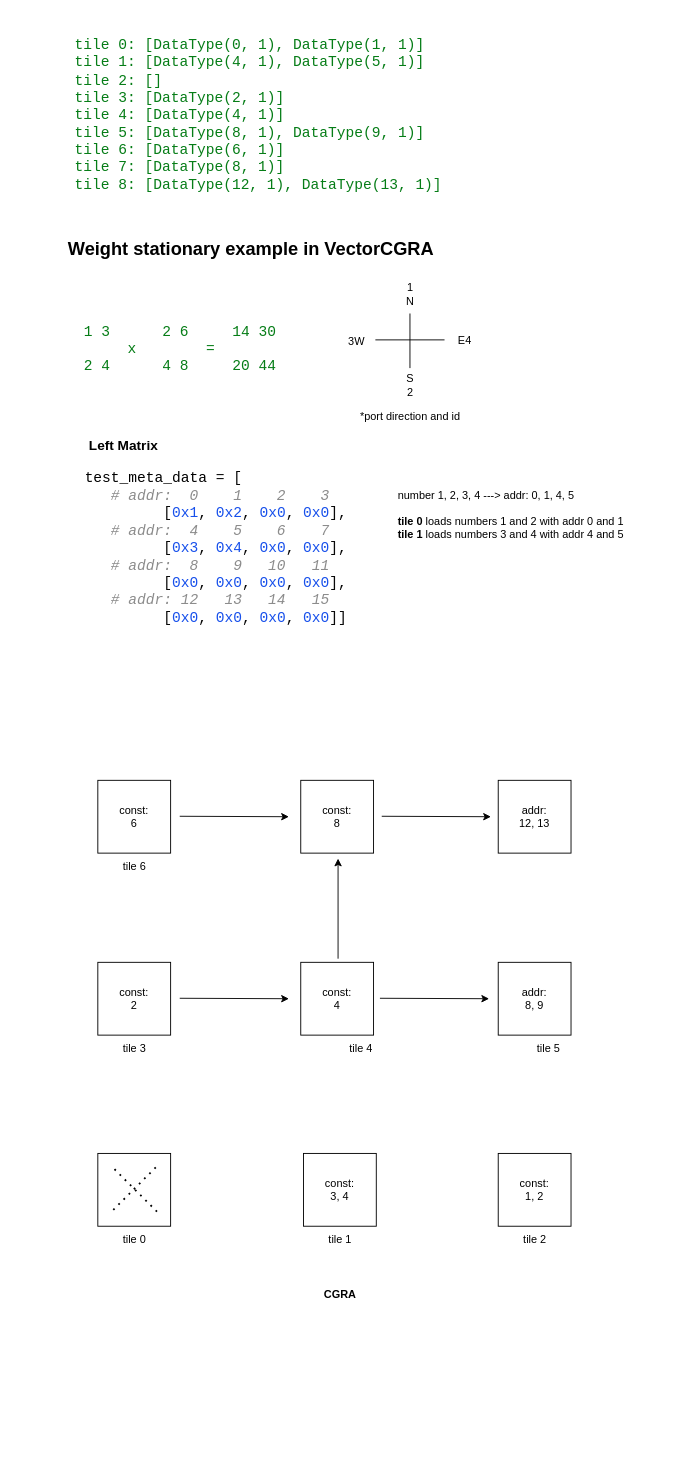
The draw.io diagram page "CgraRTL Weight stationary example in VectorCGRA" (6 of 8) of Untitled Diagram.drawio in yuqisun/notes, before the edit. Source tidied: cells renumbered, new cells numbered last; positions are measured from the earlier drawing's top-left corner, leaving out a move shared by most shapes. Both pictures are drawn from the tidied source at 91%, with x=0, y=0 at pixel (68, 15).
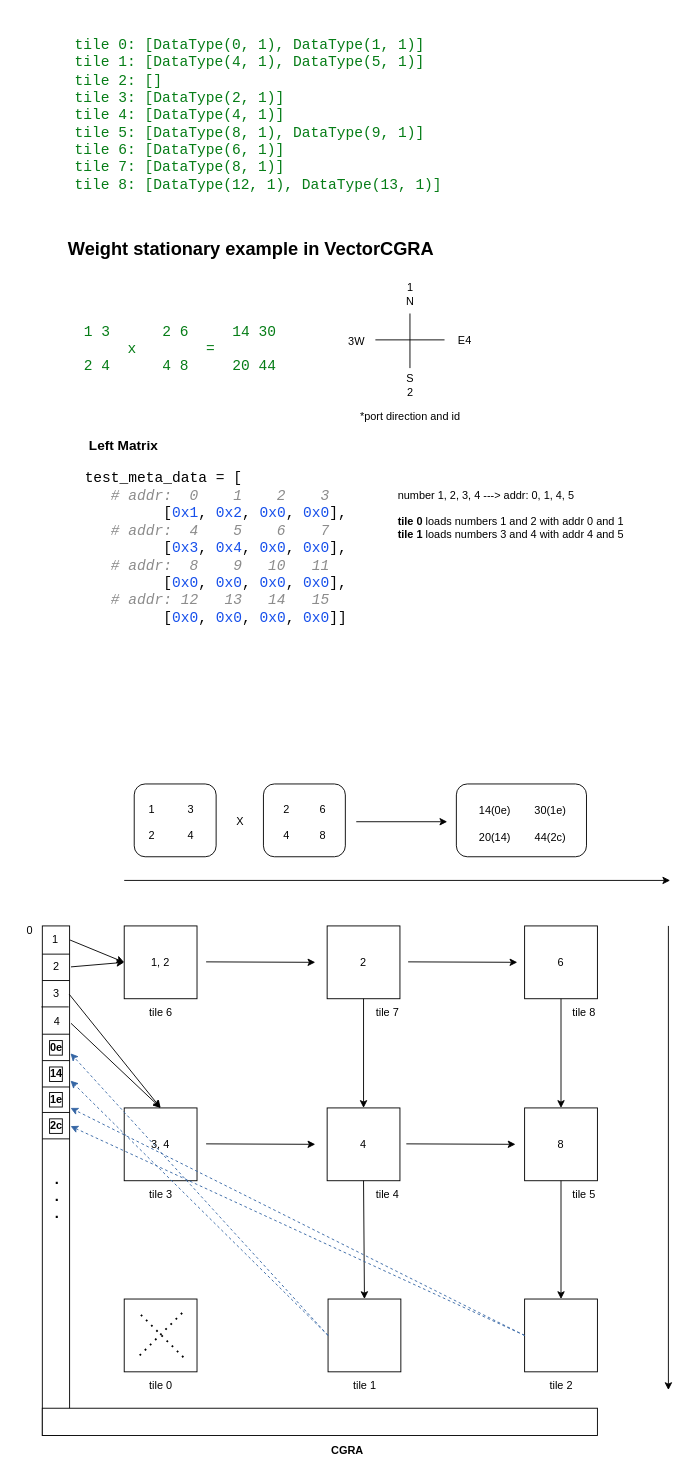
Above is the later version.

Diff of the diagram source:
```diff
@@
-    <mxCell id="15" value="const:&lt;br&gt;6" style="whiteSpace=wrap;html=1;" parent="1" vertex="1">
-      <mxGeometry x="32" y="840" width="80" height="80" as="geometry" />
+    <mxCell id="15" value="1, 2" style="whiteSpace=wrap;html=1;" parent="1" vertex="1">
+      <mxGeometry x="61" y="1000" width="80" height="80" as="geometry" />
     </mxCell>
-    <mxCell id="16" value="const:&lt;br&gt;8" style="whiteSpace=wrap;html=1;" parent="1" vertex="1">
-      <mxGeometry x="255" y="840" width="80" height="80" as="geometry" />
+    <mxCell id="16" value="2" style="whiteSpace=wrap;html=1;" parent="1" vertex="1">
+      <mxGeometry x="284" y="1000" width="80" height="80" as="geometry" />
     </mxCell>
-    <mxCell id="17" value="&lt;div&gt;&lt;font&gt;addr: &lt;br&gt;12, 13&lt;/font&gt;&lt;/div&gt;" style="whiteSpace=wrap;html=1;" parent="1" vertex="1">
-      <mxGeometry x="472" y="840" width="80" height="80" as="geometry" />
+    <mxCell id="17" value="6" style="whiteSpace=wrap;html=1;" parent="1" vertex="1">
+      <mxGeometry x="501" y="1000" width="80" height="80" as="geometry" />
     </mxCell>
-    <mxCell id="18" value="const:&lt;br&gt;2" style="whiteSpace=wrap;html=1;" parent="1" vertex="1">
-      <mxGeometry x="32" y="1040" width="80" height="80" as="geometry" />
+    <mxCell id="18" value="3, 4" style="whiteSpace=wrap;html=1;" parent="1" vertex="1">
+      <mxGeometry x="61" y="1200" width="80" height="80" as="geometry" />
     </mxCell>
-    <mxCell id="19" value="&lt;div&gt;const:&lt;/div&gt;&lt;div&gt;4&lt;/div&gt;" style="whiteSpace=wrap;html=1;" parent="1" vertex="1">
-      <mxGeometry x="255" y="1040" width="80" height="80" as="geometry" />
+    <mxCell id="19" value="4" style="whiteSpace=wrap;html=1;" parent="1" vertex="1">
+      <mxGeometry x="284" y="1200" width="80" height="80" as="geometry" />
     </mxCell>
-    <mxCell id="20" value="&lt;div&gt;&lt;font&gt;addr:&lt;br&gt; 8, 9&lt;/font&gt;&lt;/div&gt;" style="whiteSpace=wrap;html=1;" parent="1" vertex="1">
-      <mxGeometry x="472" y="1040" width="80" height="80" as="geometry" />
+    <mxCell id="20" value="8" style="whiteSpace=wrap;html=1;" parent="1" vertex="1">
+      <mxGeometry x="501" y="1200" width="80" height="80" as="geometry" />
     </mxCell>
-    <mxCell id="21" value="const:&lt;br&gt;1, 2" style="whiteSpace=wrap;html=1;" parent="1" vertex="1">
-      <mxGeometry x="472" y="1250" width="80" height="80" as="geometry" />
+    <mxCell id="21" style="whiteSpace=wrap;html=1;" parent="1" vertex="1">
+      <mxGeometry x="501" y="1410" width="80" height="80" as="geometry" />
     </mxCell>
-    <mxCell id="22" value="const:&lt;br&gt;3, 4" style="whiteSpace=wrap;html=1;" parent="1" vertex="1">
-      <mxGeometry x="258" y="1250" width="80" height="80" as="geometry" />
+    <mxCell id="22" style="whiteSpace=wrap;html=1;" parent="1" vertex="1">
+      <mxGeometry x="285" y="1410" width="80" height="80" as="geometry" />
     </mxCell>
     <mxCell id="23" style="whiteSpace=wrap;html=1;" parent="1" vertex="1">
-      <mxGeometry x="32" y="1250" width="80" height="80" as="geometry" />
+      <mxGeometry x="61" y="1410" width="80" height="80" as="geometry" />
     </mxCell>
     <mxCell id="24" style="endArrow=none;dashed=1;html=1;dashPattern=1 3;strokeWidth=2;rounded=0;" parent="1" edge="1">
       <mxGeometry relative="1" as="geometry">
-        <mxPoint x="49" y="1312" as="sourcePoint" />
-        <mxPoint x="99" y="1262" as="targetPoint" />
+        <mxPoint x="78" y="1472" as="sourcePoint" />
+        <mxPoint x="128" y="1422" as="targetPoint" />
       </mxGeometry>
     </mxCell>
     <mxCell id="25" style="endArrow=none;dashed=1;html=1;dashPattern=1 3;strokeWidth=2;rounded=0;entryX=0.213;entryY=0.25;entryDx=0;entryDy=0;entryPerimeter=0;" parent="1" edge="1">
       <mxGeometry relative="1" as="geometry">
-        <mxPoint x="97" y="1314" as="sourcePoint" />
-        <mxPoint x="47" y="1264" as="targetPoint" />
+        <mxPoint x="126" y="1474" as="sourcePoint" />
+        <mxPoint x="76" y="1424" as="targetPoint" />
       </mxGeometry>
     </mxCell>
     <mxCell id="26" style="edgeStyle=none;orthogonalLoop=1;jettySize=auto;html=1;rounded=0;" parent="1" edge="1">
       <mxGeometry relative="1" as="geometry">
-        <mxPoint x="122" y="1079.5" as="sourcePoint" />
-        <mxPoint x="242" y="1080" as="targetPoint" />
+        <mxPoint x="151" y="1239.5" as="sourcePoint" />
+        <mxPoint x="271" y="1240" as="targetPoint" />
       </mxGeometry>
     </mxCell>
     <mxCell id="27" style="edgeStyle=none;orthogonalLoop=1;jettySize=auto;html=1;rounded=0;" parent="1" edge="1">
       <mxGeometry relative="1" as="geometry">
-        <mxPoint x="342" y="1079.5" as="sourcePoint" />
-        <mxPoint x="462" y="1080" as="targetPoint" />
+        <mxPoint x="371" y="1239.5" as="sourcePoint" />
+        <mxPoint x="491" y="1240" as="targetPoint" />
       </mxGeometry>
     </mxCell>
-    <mxCell id="28" style="edgeStyle=none;orthogonalLoop=1;jettySize=auto;html=1;rounded=0;" parent="1" edge="1">
-      <mxGeometry relative="1" as="geometry">
-        <mxPoint x="296" y="1036" as="sourcePoint" />
-        <mxPoint x="296" y="926" as="targetPoint" />
-      </mxGeometry>
-    </mxCell>
     <mxCell id="29" style="edgeStyle=none;orthogonalLoop=1;jettySize=auto;html=1;rounded=0;" parent="1" edge="1">
       <mxGeometry relative="1" as="geometry">
-        <mxPoint x="122" y="879.5" as="sourcePoint" />
-        <mxPoint x="242" y="880" as="targetPoint" />
+        <mxPoint x="151" y="1039.5" as="sourcePoint" />
+        <mxPoint x="271" y="1040" as="targetPoint" />
       </mxGeometry>
     </mxCell>
     <mxCell id="30" style="edgeStyle=none;orthogonalLoop=1;jettySize=auto;html=1;rounded=0;" parent="1" edge="1">
       <mxGeometry relative="1" as="geometry">
-        <mxPoint x="344" y="879.5" as="sourcePoint" />
-        <mxPoint x="464" y="880" as="targetPoint" />
+        <mxPoint x="373" y="1039.5" as="sourcePoint" />
+        <mxPoint x="493" y="1040" as="targetPoint" />
       </mxGeometry>
     </mxCell>
     <mxCell id="31" value="CGRA" style="text;html=1;align=center;verticalAlign=middle;strokeColor=none;fillColor=none;fontStyle=1;" parent="1" vertex="1">
-      <mxGeometry x="268" y="1390" width="60" height="30" as="geometry" />
+      <mxGeometry x="276" y="1562" width="60" height="30" as="geometry" />
     </mxCell>
     <mxCell id="32" value="tile 6" style="text;html=1;align=center;verticalAlign=middle;strokeColor=none;fillColor=none;" parent="1" vertex="1">
-      <mxGeometry x="47" y="920" width="50" height="30" as="geometry" />
+      <mxGeometry x="76" y="1080" width="50" height="30" as="geometry" />
     </mxCell>
     <mxCell id="33" value="tile 3" style="text;html=1;align=center;verticalAlign=middle;strokeColor=none;fillColor=none;" parent="1" vertex="1">
-      <mxGeometry x="47" y="1120" width="50" height="30" as="geometry" />
+      <mxGeometry x="76" y="1280" width="50" height="30" as="geometry" />
     </mxCell>
     <mxCell id="34" value="tile 0" style="text;html=1;align=center;verticalAlign=middle;strokeColor=none;fillColor=none;" parent="1" vertex="1">
-      <mxGeometry x="47" y="1330" width="50" height="30" as="geometry" />
+      <mxGeometry x="76" y="1490" width="50" height="30" as="geometry" />
     </mxCell>
     <mxCell id="35" value="tile 1" style="text;html=1;align=center;verticalAlign=middle;strokeColor=none;fillColor=none;" parent="1" vertex="1">
-      <mxGeometry x="273" y="1330" width="50" height="30" as="geometry" />
+      <mxGeometry x="300" y="1490" width="50" height="30" as="geometry" />
     </mxCell>
     <mxCell id="36" value="tile 2" style="text;html=1;align=center;verticalAlign=middle;strokeColor=none;fillColor=none;" parent="1" vertex="1">
-      <mxGeometry x="487" y="1330" width="50" height="30" as="geometry" />
+      <mxGeometry x="516" y="1490" width="50" height="30" as="geometry" />
     </mxCell>
     <mxCell id="37" value="tile 4" style="text;html=1;align=center;verticalAlign=middle;strokeColor=none;fillColor=none;" parent="1" vertex="1">
-      <mxGeometry x="296" y="1120" width="50" height="30" as="geometry" />
+      <mxGeometry x="325" y="1280" width="50" height="30" as="geometry" />
     </mxCell>
     <mxCell id="38" value="tile 5" style="text;html=1;align=center;verticalAlign=middle;strokeColor=none;fillColor=none;" parent="1" vertex="1">
-      <mxGeometry x="502" y="1120" width="50" height="30" as="geometry" />
+      <mxGeometry x="541" y="1280" width="50" height="30" as="geometry" />
     </mxCell>
+    <mxCell id="39" style="rounded=0;whiteSpace=wrap;html=1;strokeColor=default;" parent="1" vertex="1">
+      <mxGeometry x="-29" y="1000" width="30" height="560" as="geometry" />
+    </mxCell>
+    <mxCell id="40" style="whiteSpace=wrap;html=1;" parent="1" vertex="1">
+      <mxGeometry x="-29" y="1530" width="610" height="30" as="geometry" />
+    </mxCell>
+    <mxCell id="41" style="edgeStyle=none;orthogonalLoop=1;jettySize=auto;html=1;rounded=0;" parent="1" edge="1">
+      <mxGeometry relative="1" as="geometry">
+        <mxPoint x="61" y="950" as="sourcePoint" />
+        <mxPoint x="661" y="950" as="targetPoint" />
+      </mxGeometry>
+    </mxCell>
+    <mxCell id="42" style="edgeStyle=none;orthogonalLoop=1;jettySize=auto;html=1;rounded=0;" parent="1" edge="1">
+      <mxGeometry relative="1" as="geometry">
+        <mxPoint x="659" y="1000" as="sourcePoint" />
+        <mxPoint x="659" y="1510" as="targetPoint" />
+      </mxGeometry>
+    </mxCell>
+    <mxCell id="43" style="rounded=1;whiteSpace=wrap;html=1;" parent="1" vertex="1">
+      <mxGeometry x="72" y="844" width="90" height="80" as="geometry" />
+    </mxCell>
+    <mxCell id="44" value="1&lt;div&gt;&lt;br&gt;&lt;/div&gt;&lt;div&gt;2&lt;/div&gt;" style="text;html=1;align=center;verticalAlign=middle;strokeColor=none;fillColor=none;" parent="1" vertex="1">
+      <mxGeometry x="76" y="856" width="30" height="60" as="geometry" />
+    </mxCell>
+    <mxCell id="45" value="3&lt;div&gt;&lt;br&gt;&lt;/div&gt;&lt;div&gt;4&lt;/div&gt;" style="text;html=1;align=center;verticalAlign=middle;strokeColor=none;fillColor=none;" parent="1" vertex="1">
+      <mxGeometry x="119" y="856" width="30" height="60" as="geometry" />
+    </mxCell>
+    <mxCell id="46" style="rounded=1;whiteSpace=wrap;html=1;" parent="1" vertex="1">
+      <mxGeometry x="214" y="844" width="90" height="80" as="geometry" />
+    </mxCell>
+    <mxCell id="47" value="2&lt;div&gt;&lt;br&gt;&lt;/div&gt;&lt;div&gt;4&lt;/div&gt;" style="text;html=1;align=center;verticalAlign=middle;strokeColor=none;fillColor=none;" parent="1" vertex="1">
+      <mxGeometry x="224" y="856" width="30" height="60" as="geometry" />
+    </mxCell>
+    <mxCell id="48" value="6&lt;div&gt;&lt;br&gt;&lt;/div&gt;&lt;div&gt;8&lt;/div&gt;" style="text;html=1;align=center;verticalAlign=middle;strokeColor=none;fillColor=none;" parent="1" vertex="1">
+      <mxGeometry x="264" y="856" width="30" height="60" as="geometry" />
+    </mxCell>
+    <mxCell id="49" value="X" style="text;html=1;align=center;verticalAlign=middle;strokeColor=none;fillColor=none;" parent="1" vertex="1">
+      <mxGeometry x="173" y="871" width="30" height="30" as="geometry" />
+    </mxCell>
+    <mxCell id="50" style="edgeStyle=none;orthogonalLoop=1;jettySize=auto;html=1;rounded=0;" parent="1" edge="1">
+      <mxGeometry relative="1" as="geometry">
+        <mxPoint x="316" y="885.5" as="sourcePoint" />
+        <mxPoint x="416" y="885.5" as="targetPoint" />
+      </mxGeometry>
+    </mxCell>
+    <mxCell id="51" style="rounded=1;whiteSpace=wrap;html=1;" parent="1" vertex="1">
+      <mxGeometry x="426" y="844" width="143" height="80" as="geometry" />
+    </mxCell>
+    <mxCell id="52" value="14(0e)&lt;div&gt;&lt;br&gt;&lt;/div&gt;&lt;div&gt;20(14)&lt;/div&gt;" style="text;html=1;align=center;verticalAlign=middle;strokeColor=none;fillColor=none;" parent="1" vertex="1">
+      <mxGeometry x="438" y="858" width="60" height="60" as="geometry" />
+    </mxCell>
+    <mxCell id="53" value="30(1e)&lt;div&gt;&lt;br&gt;&lt;/div&gt;&lt;div&gt;44(2c)&lt;/div&gt;" style="text;html=1;align=center;verticalAlign=middle;strokeColor=none;fillColor=none;" parent="1" vertex="1">
+      <mxGeometry x="499" y="858" width="60" height="60" as="geometry" />
+    </mxCell>
+    <mxCell id="54" style="endArrow=none;html=1;rounded=0;" parent="1" edge="1">
+      <mxGeometry relative="1" as="geometry">
+        <mxPoint x="-29" y="1031" as="sourcePoint" />
+        <mxPoint x="1" y="1031" as="targetPoint" />
+      </mxGeometry>
+    </mxCell>
+    <mxCell id="55" style="endArrow=none;html=1;rounded=0;" parent="1" edge="1">
+      <mxGeometry relative="1" as="geometry">
+        <mxPoint x="-29" y="1060" as="sourcePoint" />
+        <mxPoint x="1" y="1060" as="targetPoint" />
+      </mxGeometry>
+    </mxCell>
+    <mxCell id="56" style="endArrow=none;html=1;rounded=0;" parent="1" edge="1">
+      <mxGeometry relative="1" as="geometry">
+        <mxPoint x="-30" y="1089" as="sourcePoint" />
+        <mxPoint y="1089" as="targetPoint" />
+      </mxGeometry>
+    </mxCell>
+    <mxCell id="57" style="endArrow=none;html=1;rounded=0;" parent="1" edge="1">
+      <mxGeometry relative="1" as="geometry">
+        <mxPoint x="-29" y="1119" as="sourcePoint" />
+        <mxPoint x="1" y="1119" as="targetPoint" />
+      </mxGeometry>
+    </mxCell>
+    <mxCell id="58" style="endArrow=none;html=1;rounded=0;" parent="1" edge="1">
+      <mxGeometry relative="1" as="geometry">
+        <mxPoint x="-29" y="1148" as="sourcePoint" />
+        <mxPoint x="1" y="1148" as="targetPoint" />
+      </mxGeometry>
+    </mxCell>
+    <mxCell id="59" style="endArrow=none;html=1;rounded=0;" parent="1" edge="1">
+      <mxGeometry relative="1" as="geometry">
+        <mxPoint x="-29" y="1177" as="sourcePoint" />
+        <mxPoint x="1" y="1177" as="targetPoint" />
+      </mxGeometry>
+    </mxCell>
+    <mxCell id="60" style="endArrow=none;html=1;rounded=0;" parent="1" edge="1">
+      <mxGeometry relative="1" as="geometry">
+        <mxPoint x="-29" y="1205" as="sourcePoint" />
+        <mxPoint x="1" y="1205" as="targetPoint" />
+      </mxGeometry>
+    </mxCell>
+    <mxCell id="61" style="endArrow=none;html=1;rounded=0;" parent="1" edge="1">
+      <mxGeometry relative="1" as="geometry">
+        <mxPoint x="-29" y="1234" as="sourcePoint" />
+        <mxPoint x="1" y="1234" as="targetPoint" />
+      </mxGeometry>
+    </mxCell>
+    <mxCell id="62" value="0" style="text;html=1;align=center;verticalAlign=middle;strokeColor=none;fillColor=none;" parent="1" vertex="1">
+      <mxGeometry x="-58" y="990" width="30" height="30" as="geometry" />
+    </mxCell>
+    <mxCell id="63" value="1" style="text;html=1;align=center;verticalAlign=middle;points=[];strokeColor=none;fillColor=none;" parent="1" vertex="1">
+      <mxGeometry x="-30" y="1000" width="30" height="30" as="geometry" />
+    </mxCell>
+    <mxCell id="64" value="2" style="text;html=1;align=center;verticalAlign=middle;points=[];strokeColor=none;fillColor=none;" parent="1" vertex="1">
+      <mxGeometry x="-29" y="1030" width="30" height="30" as="geometry" />
+    </mxCell>
+    <mxCell id="65" value="3" style="text;html=1;align=center;verticalAlign=middle;points=[];strokeColor=none;fillColor=none;" parent="1" vertex="1">
+      <mxGeometry x="-29" y="1060" width="30" height="30" as="geometry" />
+    </mxCell>
+    <mxCell id="66" value="4" style="text;html=1;align=center;verticalAlign=middle;points=[];strokeColor=none;fillColor=none;" parent="1" vertex="1">
+      <mxGeometry x="-28" y="1090" width="30" height="30" as="geometry" />
+    </mxCell>
+    <mxCell id="67" value="0e" style="text;html=1;align=center;verticalAlign=middle;points=[];strokeColor=none;fillColor=none;fontStyle=1;labelBorderColor=default;" parent="1" vertex="1">
+      <mxGeometry x="-34" y="1119" width="40" height="30" as="geometry" />
+    </mxCell>
+    <mxCell id="68" value="14" style="text;html=1;align=center;verticalAlign=middle;points=[];strokeColor=none;fillColor=none;labelBorderColor=default;fontStyle=1;" parent="1" vertex="1">
+      <mxGeometry x="-34" y="1148" width="40" height="30" as="geometry" />
+    </mxCell>
+    <mxCell id="69" value="1e" style="text;html=1;align=center;verticalAlign=middle;strokeColor=none;fillColor=none;labelBorderColor=default;fontStyle=1;" parent="1" vertex="1">
+      <mxGeometry x="-34" y="1176" width="40" height="30" as="geometry" />
+    </mxCell>
+    <mxCell id="70" value="2c" style="text;html=1;align=center;verticalAlign=middle;points=[];strokeColor=none;fillColor=none;labelBorderColor=default;fontStyle=1;" parent="1" vertex="1">
+      <mxGeometry x="-34" y="1205" width="40" height="30" as="geometry" />
+    </mxCell>
+    <mxCell id="71" value="&lt;div&gt;.&lt;/div&gt;&lt;div&gt;.&lt;/div&gt;&lt;div&gt;.&lt;/div&gt;" style="text;html=1;align=center;verticalAlign=middle;strokeColor=none;fillColor=none;fontStyle=1;fontSize=16;" parent="1" vertex="1">
+      <mxGeometry x="-28" y="1262" width="30" height="70" as="geometry" />
+    </mxCell>
+    <mxCell id="72" value="tile 8" style="text;html=1;align=center;verticalAlign=middle;strokeColor=none;fillColor=none;" parent="1" vertex="1">
+      <mxGeometry x="541" y="1080" width="50" height="30" as="geometry" />
+    </mxCell>
+    <mxCell id="73" style="edgeStyle=none;jettySize=auto;html=1;rounded=0;exitX=0.5;exitY=1;exitDx=0;exitDy=0;entryX=0.5;entryY=0;entryDx=0;entryDy=0;" parent="1" edge="1" source="16" target="19">
+      <mxGeometry relative="1" as="geometry" />
+    </mxCell>
+    <mxCell id="74" style="edgeStyle=none;jettySize=auto;html=1;rounded=0;exitX=0.5;exitY=1;exitDx=0;exitDy=0;entryX=0.5;entryY=0;entryDx=0;entryDy=0;" parent="1" edge="1" source="17" target="20">
+      <mxGeometry relative="1" as="geometry" />
+    </mxCell>
+    <mxCell id="75" style="edgeStyle=none;jettySize=auto;html=1;rounded=0;exitX=0.5;exitY=1;exitDx=0;exitDy=0;entryX=0.5;entryY=0;entryDx=0;entryDy=0;" parent="1" edge="1" source="19" target="22">
+      <mxGeometry relative="1" as="geometry" />
+    </mxCell>
+    <mxCell id="76" style="edgeStyle=none;jettySize=auto;html=1;rounded=0;exitX=0.5;exitY=1;exitDx=0;exitDy=0;entryX=0.5;entryY=0;entryDx=0;entryDy=0;" parent="1" edge="1" source="20" target="21">
+      <mxGeometry relative="1" as="geometry" />
+    </mxCell>
+    <mxCell id="77" style="edgeStyle=none;jettySize=auto;html=1;rounded=0;exitX=1.05;exitY=0.517;exitDx=0;exitDy=0;exitPerimeter=0;entryX=0;entryY=0.5;entryDx=0;entryDy=0;" parent="1" edge="1" source="63" target="15">
+      <mxGeometry relative="1" as="geometry" />
+    </mxCell>
+    <mxCell id="78" style="edgeStyle=none;jettySize=auto;html=1;rounded=0;exitX=1.05;exitY=0.5;exitDx=0;exitDy=0;exitPerimeter=0;entryX=0;entryY=0.5;entryDx=0;entryDy=0;" parent="1" edge="1" source="64" target="15">
+      <mxGeometry relative="1" as="geometry" />
+    </mxCell>
+    <mxCell id="79" style="edgeStyle=none;jettySize=auto;html=1;rounded=0;exitX=0.983;exitY=0.5;exitDx=0;exitDy=0;exitPerimeter=0;entryX=0.5;entryY=0;entryDx=0;entryDy=0;" parent="1" edge="1" source="65" target="18">
+      <mxGeometry relative="1" as="geometry" />
+    </mxCell>
+    <mxCell id="80" style="edgeStyle=none;jettySize=auto;html=1;rounded=0;exitX=1.017;exitY=0.567;exitDx=0;exitDy=0;exitPerimeter=0;entryX=0.5;entryY=0;entryDx=0;entryDy=0;" parent="1" edge="1" source="66" target="18">
+      <mxGeometry relative="1" as="geometry" />
+    </mxCell>
+    <mxCell id="81" style="edgeStyle=none;jettySize=auto;html=1;rounded=0;exitX=0;exitY=0.5;exitDx=0;exitDy=0;entryX=0.9;entryY=0.7;entryDx=0;entryDy=0;entryPerimeter=0;dashed=1;strokeColor=light-dark(#3465a4, #ededed);" parent="1" edge="1" source="22" target="67">
+      <mxGeometry relative="1" as="geometry" />
+    </mxCell>
+    <mxCell id="82" style="edgeStyle=none;jettySize=auto;html=1;rounded=0;entryX=0.9;entryY=0.733;entryDx=0;entryDy=0;entryPerimeter=0;exitX=0;exitY=0.5;exitDx=0;exitDy=0;dashed=1;strokeColor=light-dark(#3465a4, #ededed);" parent="1" edge="1" source="22" target="68">
+      <mxGeometry relative="1" as="geometry" />
+    </mxCell>
+    <mxCell id="83" style="edgeStyle=none;jettySize=auto;html=1;rounded=0;exitX=0;exitY=0.5;exitDx=0;exitDy=0;dashed=1;strokeColor=light-dark(#3465a4, #ededed);" parent="1" edge="1" source="21">
+      <mxGeometry relative="1" as="geometry">
+        <mxPoint x="2" y="1200" as="targetPoint" />
+      </mxGeometry>
+    </mxCell>
+    <mxCell id="84" style="edgeStyle=none;jettySize=auto;html=1;rounded=0;entryX=0.9;entryY=0.5;entryDx=0;entryDy=0;entryPerimeter=0;exitX=0;exitY=0.5;exitDx=0;exitDy=0;dashed=1;strokeColor=light-dark(#3465a4, #ededed);" parent="1" edge="1" source="21" target="70">
+      <mxGeometry relative="1" as="geometry" />
+    </mxCell>
+    <mxCell id="85" value="tile 7" style="text;html=1;align=center;verticalAlign=middle;strokeColor=none;fillColor=none;" parent="1" vertex="1">
+      <mxGeometry x="325" y="1080" width="50" height="30" as="geometry" />
+    </mxCell>
```
